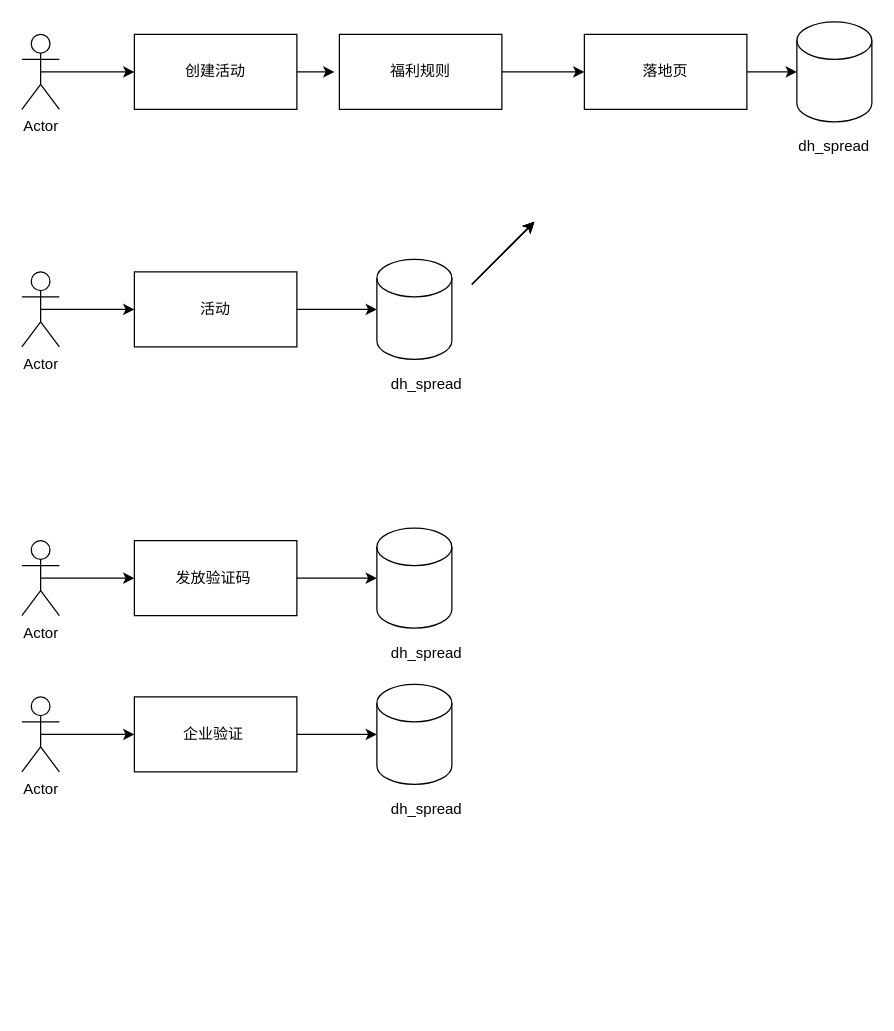
Above: Untitled Diagram.drawio in crazingforlove/learngit (draw.io), before the change. Source tidied: cells renumbered, new cells numbered last; positions are measured from the earlier drawing's top-left corner, leaving out a move shared by most shapes. Both pictures are drawn from the tidied source at 125%, with x=0, y=0 at pixel (21, 21).
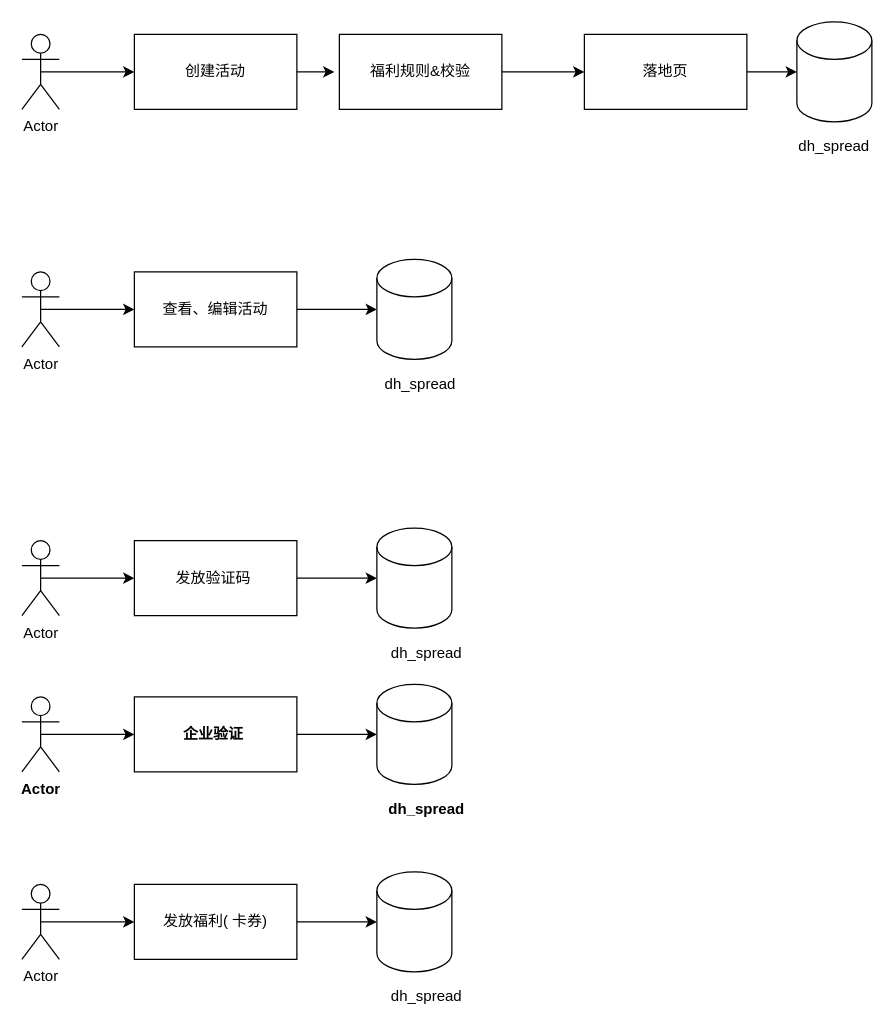
The same page after the edit.

What changed in the source:
```diff
@@
-    <mxCell id="9" value="活动" style="rounded=0;whiteSpace=wrap;html=1;" parent="1" vertex="1">
+    <mxCell id="9" value="查看、编辑活动" style="rounded=0;whiteSpace=wrap;html=1;" parent="1" vertex="1">
       <mxGeometry x="90" y="200" width="130" height="60" as="geometry" />
     </mxCell>
@@
     <mxCell id="13" value="dh_spread" style="text;html=1;strokeColor=none;fillColor=none;align=center;verticalAlign=middle;whiteSpace=wrap;rounded=0;" parent="1" vertex="1">
-      <mxGeometry x="304" y="280" width="40" height="20" as="geometry" />
+      <mxGeometry x="299" y="280" width="40" height="20" as="geometry" />
     </mxCell>
@@
-    <mxCell id="20" value="Actor" style="shape=umlActor;verticalLabelPosition=bottom;verticalAlign=top;html=1;outlineConnect=0;" parent="1" vertex="1">
+    <mxCell id="20" value="Actor" style="shape=umlActor;verticalLabelPosition=bottom;verticalAlign=top;html=1;outlineConnect=0;fontStyle=1;" parent="1" vertex="1">
       <mxGeometry y="540" width="30" height="60" as="geometry" />
     </mxCell>
-    <mxCell id="21" value="企业验证&amp;nbsp;" style="rounded=0;whiteSpace=wrap;html=1;" parent="1" vertex="1">
+    <mxCell id="21" value="企业验证&amp;nbsp;" style="rounded=0;whiteSpace=wrap;html=1;fontStyle=1;" parent="1" vertex="1">
       <mxGeometry x="90" y="540" width="130" height="60" as="geometry" />
     </mxCell>
-    <mxCell id="22" style="shape=cylinder3;whiteSpace=wrap;html=1;boundedLbl=1;backgroundOutline=1;size=15;" parent="1" vertex="1">
+    <mxCell id="22" style="shape=cylinder3;whiteSpace=wrap;html=1;boundedLbl=1;backgroundOutline=1;size=15;fontStyle=1;" parent="1" vertex="1">
       <mxGeometry x="284" y="530" width="60" height="80" as="geometry" />
     </mxCell>
-    <mxCell id="23" style="endArrow=classic;html=1;exitX=0.5;exitY=0.5;exitDx=0;exitDy=0;exitPerimeter=0;entryX=0;entryY=0.5;entryDx=0;entryDy=0;" parent="1" edge="1" source="20" target="21">
+    <mxCell id="23" style="endArrow=classic;html=1;exitX=0.5;exitY=0.5;exitDx=0;exitDy=0;exitPerimeter=0;entryX=0;entryY=0.5;entryDx=0;entryDy=0;fontStyle=1;" parent="1" edge="1" source="20" target="21">
       <mxGeometry relative="1" as="geometry" />
     </mxCell>
-    <mxCell id="24" style="endArrow=classic;html=1;exitX=1;exitY=0.5;exitDx=0;exitDy=0;" parent="1" edge="1" source="21" target="22">
+    <mxCell id="24" style="endArrow=classic;html=1;exitX=1;exitY=0.5;exitDx=0;exitDy=0;fontStyle=1;" parent="1" edge="1" source="21" target="22">
       <mxGeometry relative="1" as="geometry">
         <Array as="points">
           <mxPoint x="240" y="570" />
         </Array>
       </mxGeometry>
     </mxCell>
-    <mxCell id="25" value="dh_spread" style="text;html=1;strokeColor=none;fillColor=none;align=center;verticalAlign=middle;whiteSpace=wrap;rounded=0;" parent="1" vertex="1">
+    <mxCell id="25" value="dh_spread" style="text;html=1;strokeColor=none;fillColor=none;align=center;verticalAlign=middle;whiteSpace=wrap;rounded=0;fontStyle=1;" parent="1" vertex="1">
       <mxGeometry x="304" y="620" width="40" height="20" as="geometry" />
     </mxCell>
@@
-    <mxCell id="27" value="福利规则" style="rounded=0;whiteSpace=wrap;html=1;" parent="1" vertex="1">
+    <mxCell id="27" value="福利规则&amp;amp;校验" style="rounded=0;whiteSpace=wrap;html=1;" parent="1" vertex="1">
       <mxGeometry x="254" y="10" width="130" height="60" as="geometry" />
     </mxCell>
@@
-    <mxCell id="29" style="endArrow=classic;html=1;" parent="1" edge="1">
-      <mxGeometry relative="1" as="geometry">
-        <mxPoint x="360" y="210" as="sourcePoint" />
-        <mxPoint x="410" y="160" as="targetPoint" />
-      </mxGeometry>
-    </mxCell>
-    <mxCell id="30" style="endArrow=classic;html=1;" parent="1" edge="1">
-      <mxGeometry relative="1" as="geometry">
-        <mxPoint x="360" y="210" as="sourcePoint" />
-        <mxPoint x="410" y="160" as="targetPoint" />
-      </mxGeometry>
-    </mxCell>
@@
-    <mxCell id="32" style="endArrow=classic;html=1;" parent="1" edge="1">
-      <mxGeometry relative="1" as="geometry">
-        <mxPoint x="360" y="210" as="sourcePoint" />
-        <mxPoint x="410" y="160" as="targetPoint" />
-      </mxGeometry>
-    </mxCell>
+    <mxCell id="33" value="Actor" style="shape=umlActor;verticalLabelPosition=bottom;verticalAlign=top;html=1;outlineConnect=0;" parent="1" vertex="1">
+      <mxGeometry y="690" width="30" height="60" as="geometry" />
+    </mxCell>
+    <mxCell id="34" value="发放福利( 卡券)" style="rounded=0;whiteSpace=wrap;html=1;" parent="1" vertex="1">
+      <mxGeometry x="90" y="690" width="130" height="60" as="geometry" />
+    </mxCell>
+    <mxCell id="35" style="shape=cylinder3;whiteSpace=wrap;html=1;boundedLbl=1;backgroundOutline=1;size=15;" parent="1" vertex="1">
+      <mxGeometry x="284" y="680" width="60" height="80" as="geometry" />
+    </mxCell>
+    <mxCell id="36" style="endArrow=classic;html=1;exitX=0.5;exitY=0.5;exitDx=0;exitDy=0;exitPerimeter=0;entryX=0;entryY=0.5;entryDx=0;entryDy=0;" parent="1" edge="1" source="33" target="34">
+      <mxGeometry relative="1" as="geometry" />
+    </mxCell>
+    <mxCell id="37" style="endArrow=classic;html=1;exitX=1;exitY=0.5;exitDx=0;exitDy=0;" parent="1" edge="1" source="34" target="35">
+      <mxGeometry relative="1" as="geometry">
+        <Array as="points">
+          <mxPoint x="240" y="720" />
+        </Array>
+      </mxGeometry>
+    </mxCell>
+    <mxCell id="38" value="dh_spread" style="text;html=1;strokeColor=none;fillColor=none;align=center;verticalAlign=middle;whiteSpace=wrap;rounded=0;" parent="1" vertex="1">
+      <mxGeometry x="304" y="770" width="40" height="20" as="geometry" />
+    </mxCell>
```
